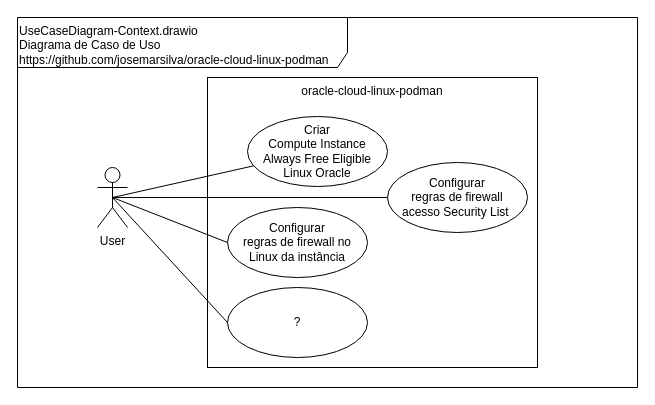
Before: doc/uml-diagrams/UseCaseDiagram-Context.drawio in josemarsilva/oracle-cloud-linux-podman, a draw.io diagram. Source tidied: cells renumbered, new cells numbered last; positions are measured from the earlier drawing's top-left corner, leaving out a move shared by most shapes. Both pictures are drawn from the tidied source at 100%, with x=0, y=0 at pixel (17, 17).
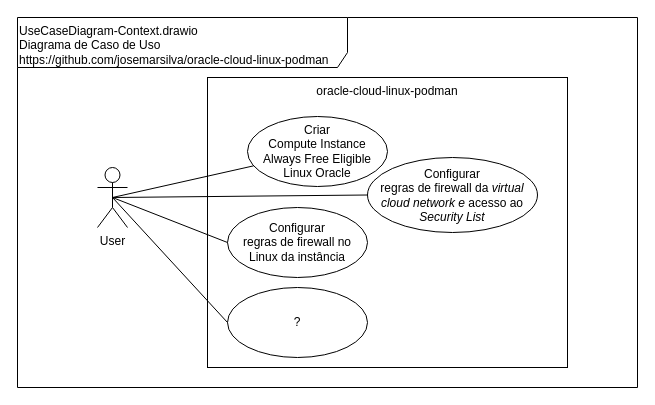
After the change.

Change to the diagram source:
```diff
@@
 <mxGraphModel>
   <root>
     <mxCell id="0" />
     <mxCell id="1" parent="0" />
     <mxCell id="2" value="UseCaseDiagram-Context.drawio&lt;br&gt;Diagrama de Caso de Uso&lt;br&gt;https://github.com/josemarsilva/oracle-cloud-linux-podman" style="shape=umlFrame;whiteSpace=wrap;html=1;width=330;height=50;verticalAlign=top;align=left;" parent="1" vertex="1">
       <mxGeometry width="620" height="370" as="geometry" />
     </mxCell>
     <mxCell id="3" value="&lt;div style=&quot;text-align: center&quot;&gt;User&lt;/div&gt;" style="shape=umlActor;verticalLabelPosition=bottom;labelBackgroundColor=#ffffff;verticalAlign=top;html=1;align=center;" parent="1" vertex="1">
       <mxGeometry x="80" y="150" width="30" height="60" as="geometry" />
     </mxCell>
     <mxCell id="4" value="&lt;div style=&quot;text-align: center&quot;&gt;&lt;span&gt;oracle-cloud-linux-podman&lt;/span&gt;&lt;/div&gt;" style="rounded=0;whiteSpace=wrap;html=1;align=center;verticalAlign=top;" parent="1" vertex="1">
-      <mxGeometry x="190" y="60" width="330" height="290" as="geometry" />
+      <mxGeometry x="190" y="60" width="360" height="290" as="geometry" />
     </mxCell>
     <mxCell id="5" value="Criar&lt;br&gt;Compute Instance&lt;br&gt;Always Free Eligible&lt;br&gt;Linux Oracle" style="ellipse;whiteSpace=wrap;html=1;align=center;" parent="1" vertex="1">
       <mxGeometry x="230" y="99" width="140" height="70" as="geometry" />
     </mxCell>
     <mxCell id="6" style="rounded=0;jettySize=auto;html=1;endArrow=none;endFill=0;exitX=0.5;exitY=0.5;exitDx=0;exitDy=0;exitPerimeter=0;" parent="1" edge="1" source="3" target="5">
       <mxGeometry relative="1" as="geometry" />
     </mxCell>
     <mxCell id="7" value="Configurar&lt;br&gt;regras de firewall no Linux da instância" style="ellipse;whiteSpace=wrap;html=1;align=center;" parent="1" vertex="1">
       <mxGeometry x="210" y="190" width="140" height="70" as="geometry" />
     </mxCell>
     <mxCell id="8" value="?" style="ellipse;whiteSpace=wrap;html=1;align=center;" parent="1" vertex="1">
       <mxGeometry x="210" y="270" width="140" height="70" as="geometry" />
     </mxCell>
-    <mxCell id="9" value="Configurar&lt;br&gt;regras de firewall &lt;br&gt;acesso&amp;nbsp;Security List&amp;nbsp;" style="ellipse;whiteSpace=wrap;html=1;align=center;" parent="1" vertex="1">
-      <mxGeometry x="370" y="145" width="140" height="70" as="geometry" />
+    <mxCell id="9" value="Configurar&lt;br&gt;regras de firewall&amp;nbsp;da &lt;i&gt;virtual cloud network e&amp;nbsp;&lt;/i&gt;acesso ao &lt;i&gt;Security List&lt;/i&gt;" style="ellipse;whiteSpace=wrap;html=1;align=center;" parent="1" vertex="1">
+      <mxGeometry x="350" y="140" width="170" height="75" as="geometry" />
     </mxCell>
     <mxCell id="10" style="rounded=0;jettySize=auto;html=1;endArrow=none;endFill=0;entryX=0;entryY=0.5;entryDx=0;entryDy=0;exitX=0.5;exitY=0.5;exitDx=0;exitDy=0;exitPerimeter=0;" parent="1" edge="1" source="3" target="7">
       <mxGeometry relative="1" as="geometry" />
     </mxCell>
     <mxCell id="11" style="rounded=0;jettySize=auto;html=1;endArrow=none;endFill=0;entryX=0;entryY=0.5;entryDx=0;entryDy=0;exitX=0.5;exitY=0.5;exitDx=0;exitDy=0;exitPerimeter=0;" parent="1" edge="1" source="3" target="9">
       <mxGeometry relative="1" as="geometry" />
     </mxCell>
     <mxCell id="12" style="rounded=0;jettySize=auto;html=1;endArrow=none;endFill=0;entryX=0;entryY=0.5;entryDx=0;entryDy=0;exitX=0.5;exitY=0.5;exitDx=0;exitDy=0;exitPerimeter=0;" parent="1" edge="1" source="3" target="8">
       <mxGeometry relative="1" as="geometry" />
     </mxCell>
   </root>
 </mxGraphModel>
```
